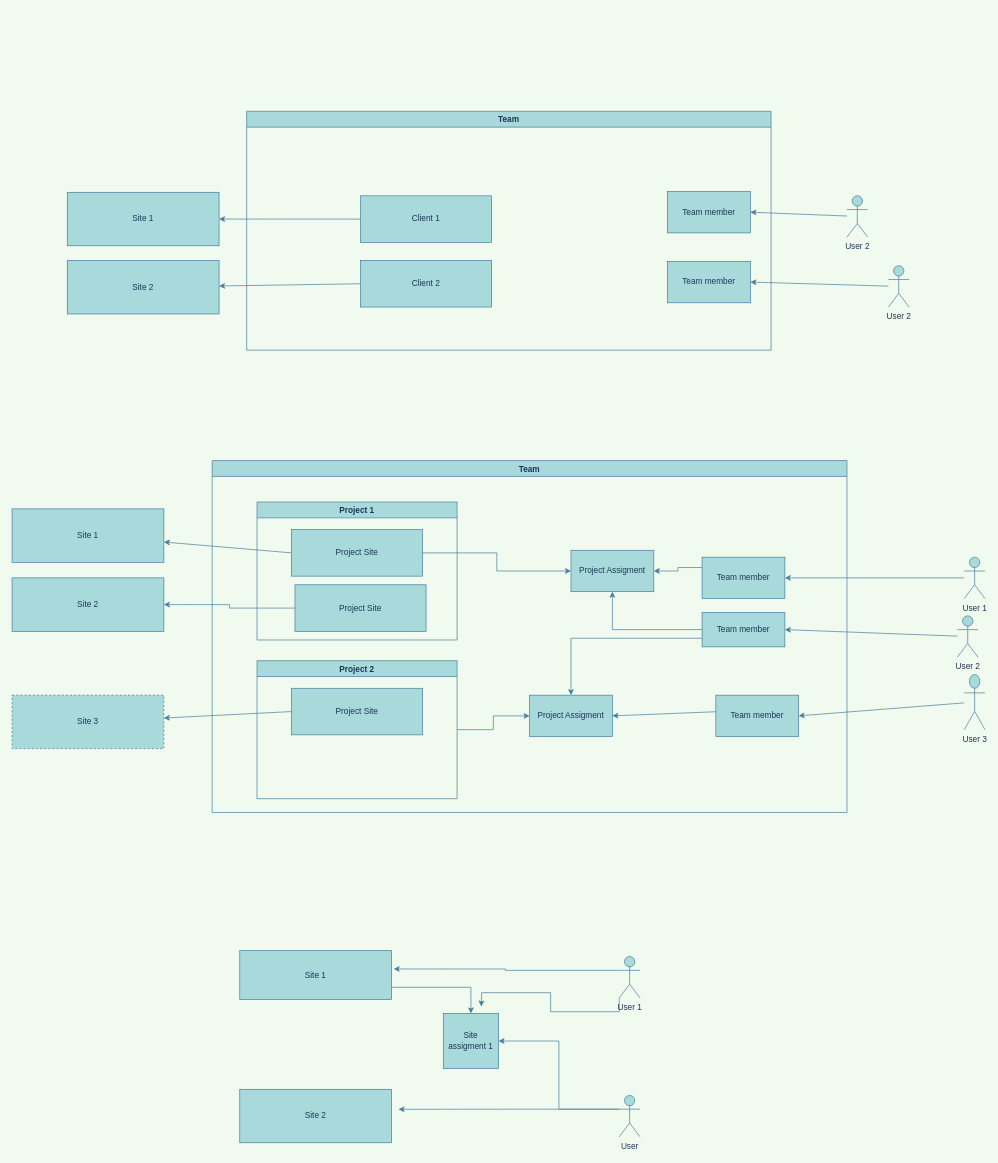
Earlier version of the draw.io diagram Untitled Diagram.drawio (bafor/task-menu). Source tidied: cells renumbered, new cells numbered last; positions are measured from the earlier drawing's top-left corner, leaving out a move shared by most shapes. Both pictures are drawn from the tidied source at 69%, with x=0, y=0 at pixel (12, 111).
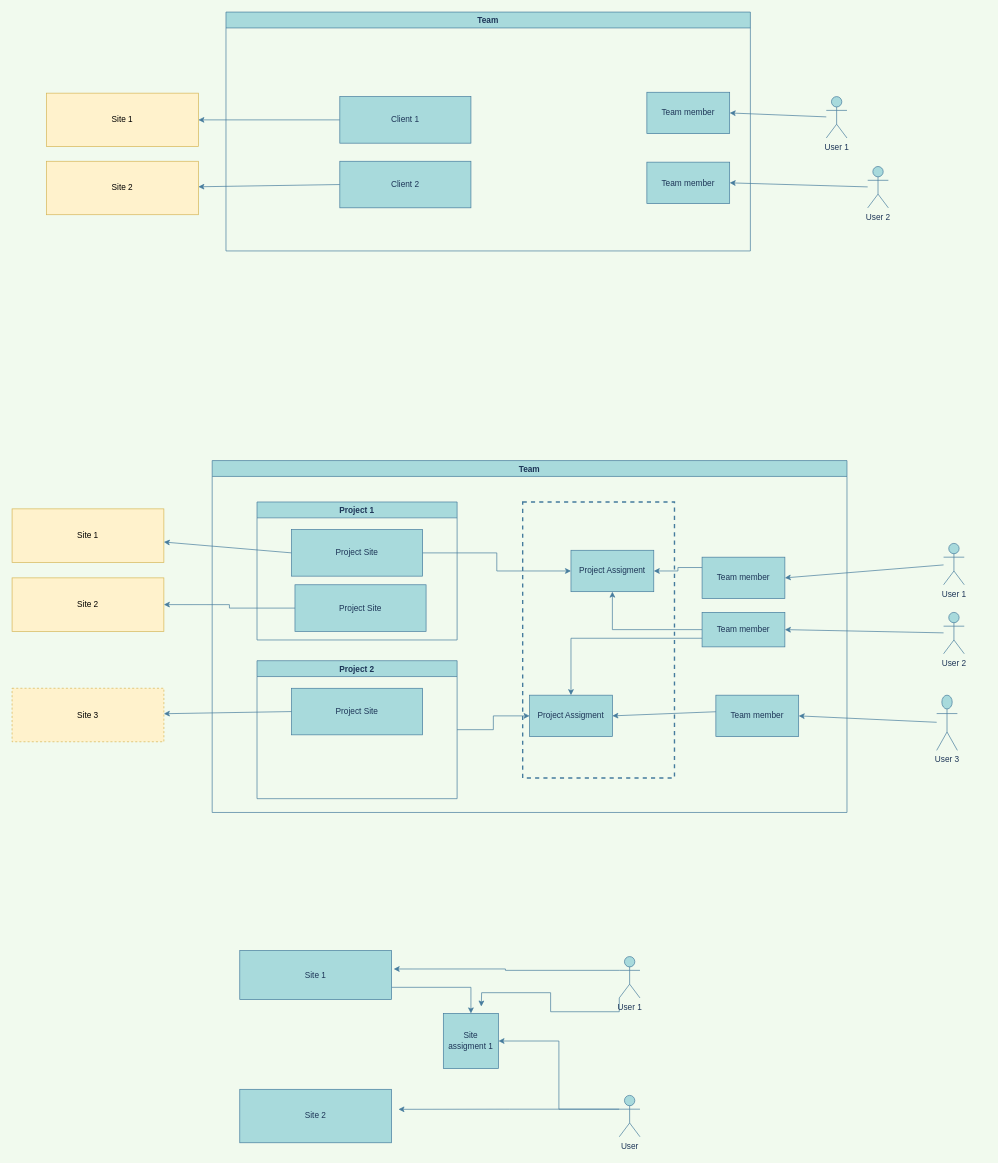
The same diagram, later.

Unchanged cells that the change refers to:
```xml
<mxCell id="29" value="Team" style="swimlane;fillColor=#A8DADC;strokeColor=#457B9D;fontColor=#1D3557;" parent="1" vertex="1">
  <mxGeometry x="290" y="506" width="920" height="510" as="geometry" />
</mxCell>
```

Diff of the diagram source:
```diff
@@
-    <mxCell id="2" value="Site 1" style="rounded=0;whiteSpace=wrap;html=1;fillColor=#A8DADC;strokeColor=#457B9D;fontColor=#1D3557;" parent="1" vertex="1">
+    <mxCell id="2" value="Site 1" style="rounded=0;whiteSpace=wrap;html=1;fillColor=#fff2cc;strokeColor=#d6b656;" parent="1" vertex="1">
       <mxGeometry y="576" width="220" height="77.5" as="geometry" />
     </mxCell>
@@
     <mxCell id="14" value="User 1" style="shape=umlActor;verticalLabelPosition=bottom;verticalAlign=top;html=1;outlineConnect=0;fillColor=#A8DADC;strokeColor=#457B9D;fontColor=#1D3557;" parent="1" vertex="1">
-      <mxGeometry x="1380" y="646" width="30" height="60" as="geometry" />
+      <mxGeometry x="1350" y="626" width="30" height="60" as="geometry" />
     </mxCell>
@@
-    <mxCell id="16" value="Site 1" style="rounded=0;whiteSpace=wrap;html=1;fillColor=#A8DADC;strokeColor=#457B9D;fontColor=#1D3557;" parent="1" vertex="1">
-      <mxGeometry x="80" y="117.2" width="220" height="77.5" as="geometry" />
+    <mxCell id="16" value="Site 1" style="rounded=0;whiteSpace=wrap;html=1;fillColor=#fff2cc;strokeColor=#d6b656;" parent="1" vertex="1">
+      <mxGeometry x="50" y="-26.5" width="220" height="77.5" as="geometry" />
     </mxCell>
@@
-    <mxCell id="18" value="User 2" style="shape=umlActor;verticalLabelPosition=bottom;verticalAlign=top;html=1;outlineConnect=0;fillColor=#A8DADC;strokeColor=#457B9D;fontColor=#1D3557;" parent="1" vertex="1">
-      <mxGeometry x="1210" y="122.2" width="30" height="60" as="geometry" />
+    <mxCell id="18" value="User 1" style="shape=umlActor;verticalLabelPosition=bottom;verticalAlign=top;html=1;outlineConnect=0;fillColor=#A8DADC;strokeColor=#457B9D;fontColor=#1D3557;" parent="1" vertex="1">
+      <mxGeometry x="1180" y="-21.5" width="30" height="60" as="geometry" />
     </mxCell>
@@
     <mxCell id="20" value="Team" style="swimlane;fillColor=#A8DADC;strokeColor=#457B9D;fontColor=#1D3557;" parent="1" vertex="1">
-      <mxGeometry x="340" y="-0.2" width="760" height="346.2" as="geometry" />
+      <mxGeometry x="310" y="-144" width="760" height="346.2" as="geometry" />
     </mxCell>
@@
-    <mxCell id="23" value="Site 2" style="rounded=0;whiteSpace=wrap;html=1;fillColor=#A8DADC;strokeColor=#457B9D;fontColor=#1D3557;" parent="20" vertex="1">
+    <mxCell id="23" value="Site 2" style="rounded=0;whiteSpace=wrap;html=1;fillColor=#fff2cc;strokeColor=#d6b656;" parent="20" vertex="1">
       <mxGeometry x="-260" y="216.2" width="220" height="77.5" as="geometry" />
     </mxCell>
@@
+    <mxCell id="54" style="rounded=0;whiteSpace=wrap;html=1;sketch=0;fontColor=#1D3557;strokeColor=#457B9D;fillColor=none;dashed=1;strokeWidth=2;" parent="29" vertex="1">
+      <mxGeometry x="450" y="60" width="220" height="400" as="geometry" />
+    </mxCell>
-    <mxCell id="46" value="Site 2" style="rounded=0;whiteSpace=wrap;html=1;fillColor=#A8DADC;strokeColor=#457B9D;fontColor=#1D3557;" parent="1" vertex="1">
+    <mxCell id="46" value="Site 2" style="rounded=0;whiteSpace=wrap;html=1;fillColor=#fff2cc;strokeColor=#d6b656;" parent="1" vertex="1">
       <mxGeometry y="676" width="220" height="77.5" as="geometry" />
     </mxCell>
@@
     <mxCell id="48" value="User 2" style="shape=umlActor;verticalLabelPosition=bottom;verticalAlign=top;html=1;outlineConnect=0;fillColor=#A8DADC;strokeColor=#457B9D;fontColor=#1D3557;" parent="1" vertex="1">
-      <mxGeometry x="1370" y="731" width="30" height="60" as="geometry" />
+      <mxGeometry x="1350" y="726" width="30" height="60" as="geometry" />
     </mxCell>
@@
     <mxCell id="50" value="&lt;div&gt;User 3&lt;/div&gt;&lt;div&gt;&lt;br&gt;&lt;/div&gt;" style="shape=umlActor;verticalLabelPosition=bottom;verticalAlign=top;html=1;outlineConnect=0;fillColor=#A8DADC;strokeColor=#457B9D;fontColor=#1D3557;" parent="1" vertex="1">
-      <mxGeometry x="1380" y="816" width="30" height="80" as="geometry" />
+      <mxGeometry x="1340" y="846" width="30" height="80" as="geometry" />
     </mxCell>
@@
-    <mxCell id="52" value="Site 3" style="rounded=0;whiteSpace=wrap;html=1;dashed=1;fillColor=#A8DADC;strokeColor=#457B9D;fontColor=#1D3557;" parent="1" vertex="1">
-      <mxGeometry y="846" width="220" height="77.5" as="geometry" />
+    <mxCell id="52" value="Site 3" style="rounded=0;whiteSpace=wrap;html=1;dashed=1;fillColor=#fff2cc;strokeColor=#d6b656;" parent="1" vertex="1">
+      <mxGeometry y="836" width="220" height="77.5" as="geometry" />
     </mxCell>
```
